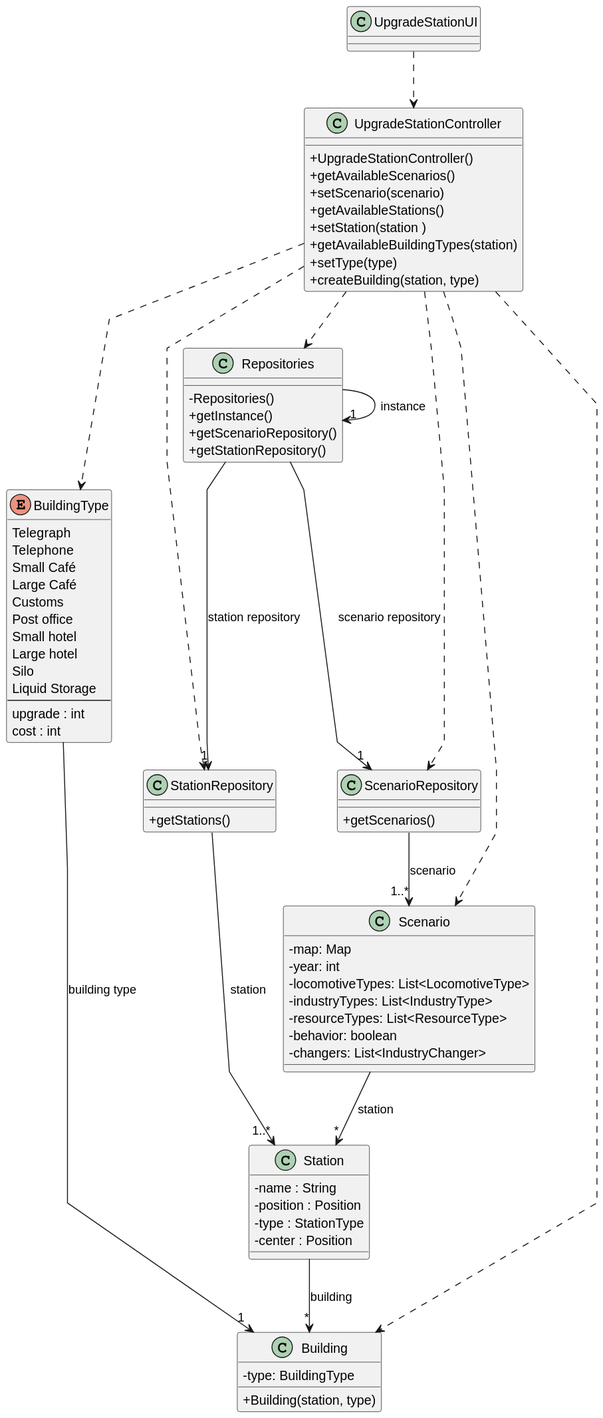
1240935/pi2-railway-simulator keeps this PlantUML diagram as Sprint2/US006/03.design/svg/US006-CD.svg. Above is the earlier version.
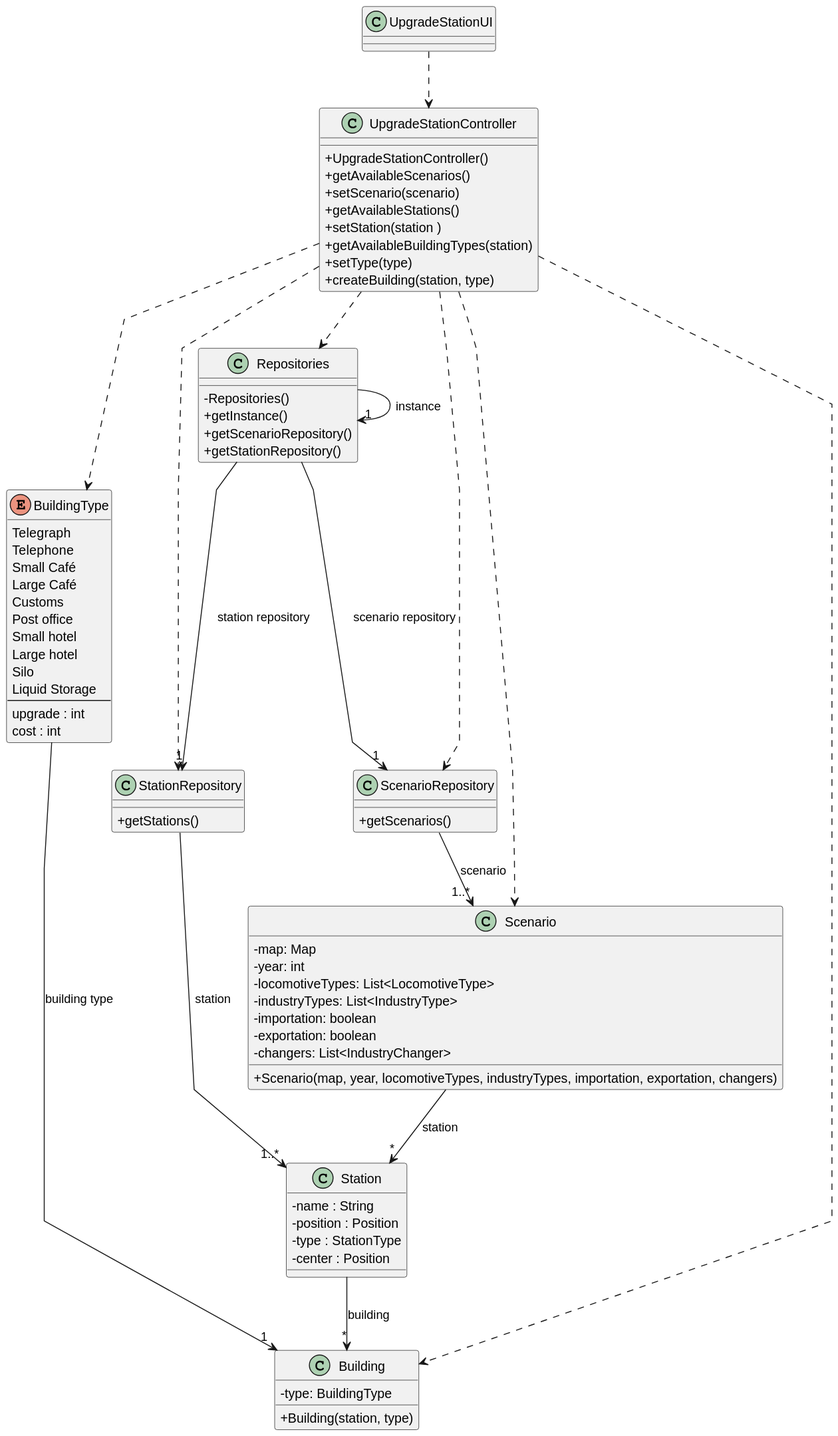
After the change.

Diff of the diagram source:
```diff
@@ -63,15 +63,16 @@
     -center : Position
 }
 
-class Scenario{
-   -map: Map
-   -year: int
-   -locomotiveTypes: List<LocomotiveType>
-   -industryTypes: List<IndustryType>
-   -resourceTypes: List<ResourceType>
-   -behavior: boolean
-   -changers: List<IndustryChanger>
-}
+class Scenario {
+       -map: Map
+       -year: int
+       -locomotiveTypes: List<LocomotiveType>
+       -industryTypes: List<IndustryType>
+       -importation: boolean
+       -exportation: boolean
+       -changers: List<IndustryChanger>
+       +Scenario(map, year, locomotiveTypes, industryTypes, importation, exportation, changers)
+     }
 
 
 UpgradeStationUI ..> UpgradeStationController
```
